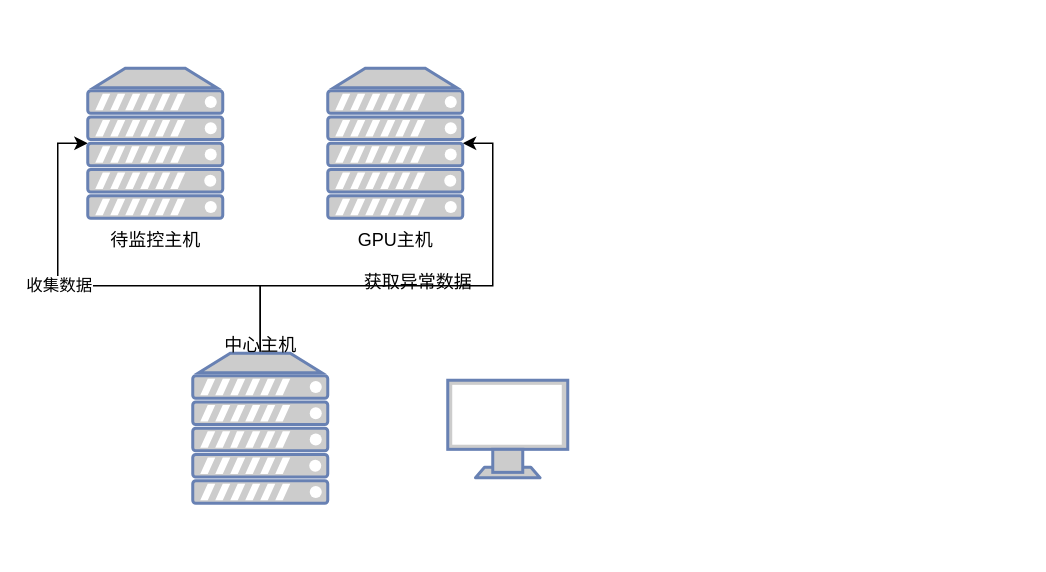
The draw.io diagram 收集、展示、控制模块.drawio in poetlife/diagrams, before the edit. Source tidied: cells renumbered, new cells numbered last; positions are measured from the earlier drawing's top-left corner, leaving out a move shared by most shapes. Both pictures are drawn from the tidied source at 150%, with x=0, y=0 at pixel (87, 68).
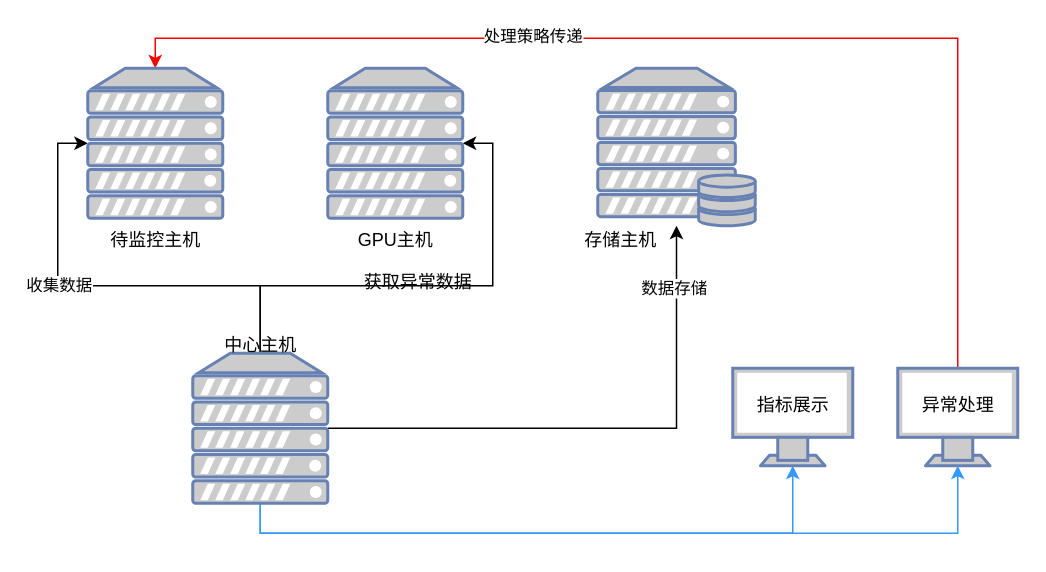
The same diagram, later.

Commit message (it also covers changes not shown here):
更新收集、展示、控制模块.drawio

Unchanged cells that the change refers to:
```xml
<mxCell id="5" style="fontColor=#0066CC;verticalAlign=top;verticalLabelPosition=bottom;labelPosition=center;align=center;html=1;outlineConnect=0;fillColor=#CCCCCC;strokeColor=#6881B3;gradientColor=none;gradientDirection=north;strokeWidth=2;shape=mxgraph.networks.server;" parent="1" vertex="1">
  <mxGeometry x="70" y="190" width="90" height="100" as="geometry" />
</mxCell>
<mxCell id="7" style="fontColor=#0066CC;verticalAlign=top;verticalLabelPosition=bottom;labelPosition=center;align=center;html=1;outlineConnect=0;fillColor=#CCCCCC;strokeColor=#6881B3;gradientColor=none;gradientDirection=north;strokeWidth=2;shape=mxgraph.networks.server;" parent="1" vertex="1">
  <mxGeometry width="90" height="100" as="geometry" />
</mxCell>
```

What changed in the source:
```diff
@@
+    <mxCell id="13" style="edgeStyle=orthogonalEdgeStyle;rounded=0;jettySize=auto;html=1;exitX=0.5;exitY=0;exitDx=0;exitDy=0;exitPerimeter=0;entryX=0.5;entryY=0;entryDx=0;entryDy=0;entryPerimeter=0;strokeColor=#ff0000;" parent="1" edge="1" source="15" target="7">
+      <mxGeometry relative="1" as="geometry" />
+    </mxCell>
+    <mxCell id="14" value="处理策略传递" style="edgeLabel;html=1;align=center;verticalAlign=middle;" parent="13" vertex="1">
+      <mxGeometry x="0.3" y="-2" relative="1" as="geometry" />
+    </mxCell>
+    <mxCell id="15" style="fontColor=#0066CC;verticalAlign=top;verticalLabelPosition=bottom;labelPosition=center;align=center;html=1;outlineConnect=0;fillColor=#CCCCCC;strokeColor=#6881B3;gradientColor=none;gradientDirection=north;strokeWidth=2;shape=mxgraph.networks.monitor;" parent="1" vertex="1">
+      <mxGeometry x="540" y="200" width="80" height="65" as="geometry" />
+    </mxCell>
@@
+    <mxCell id="16" style="edgeStyle=orthogonalEdgeStyle;rounded=0;jettySize=auto;html=1;exitX=1;exitY=0.5;exitDx=0;exitDy=0;exitPerimeter=0;" parent="1" edge="1" source="5" target="20">
+      <mxGeometry relative="1" as="geometry" />
+    </mxCell>
+    <mxCell id="17" value="数据存储" style="edgeLabel;html=1;align=center;verticalAlign=middle;" parent="16" vertex="1">
+      <mxGeometry x="0.78" y="3" relative="1" as="geometry">
+        <mxPoint x="1" y="1" as="offset" />
+      </mxGeometry>
+    </mxCell>
+    <mxCell id="18" style="edgeStyle=orthogonalEdgeStyle;rounded=0;jettySize=auto;html=1;exitX=0.5;exitY=1;exitDx=0;exitDy=0;exitPerimeter=0;entryX=0.5;entryY=1;entryDx=0;entryDy=0;entryPerimeter=0;strokeColor=#3399FF;" parent="1" edge="1" source="5" target="12">
+      <mxGeometry relative="1" as="geometry" />
+    </mxCell>
+    <mxCell id="19" style="edgeStyle=orthogonalEdgeStyle;rounded=0;jettySize=auto;html=1;exitX=0.5;exitY=1;exitDx=0;exitDy=0;exitPerimeter=0;entryX=0.5;entryY=1;entryDx=0;entryDy=0;entryPerimeter=0;strokeColor=#3399FF;" parent="1" edge="1" source="5" target="15">
+      <mxGeometry relative="1" as="geometry" />
+    </mxCell>
@@
     <mxCell id="12" style="fontColor=#0066CC;verticalAlign=top;verticalLabelPosition=bottom;labelPosition=center;align=center;html=1;outlineConnect=0;fillColor=#CCCCCC;strokeColor=#6881B3;gradientColor=none;gradientDirection=north;strokeWidth=2;shape=mxgraph.networks.monitor;" parent="1" vertex="1">
-      <mxGeometry x="240" y="208" width="80" height="65" as="geometry" />
+      <mxGeometry x="430" y="200" width="80" height="65" as="geometry" />
     </mxCell>
+    <mxCell id="20" style="fontColor=#0066CC;verticalAlign=top;verticalLabelPosition=bottom;labelPosition=center;align=center;html=1;outlineConnect=0;fillColor=#CCCCCC;strokeColor=#6881B3;gradientColor=none;gradientDirection=north;strokeWidth=2;shape=mxgraph.networks.server_storage;" parent="1" vertex="1">
+      <mxGeometry x="340" width="105" height="105" as="geometry" />
+    </mxCell>
+    <mxCell id="21" value="存储主机" style="text;html=1;align=center;verticalAlign=middle;strokeColor=none;fillColor=none;" parent="1" vertex="1">
+      <mxGeometry x="320" y="100" width="70" height="30" as="geometry" />
+    </mxCell>
+    <mxCell id="22" value="指标展示" style="text;html=1;align=center;verticalAlign=middle;strokeColor=none;fillColor=none;" parent="1" vertex="1">
+      <mxGeometry x="435" y="210" width="70" height="30" as="geometry" />
+    </mxCell>
+    <mxCell id="23" value="异常处理" style="text;html=1;align=center;verticalAlign=middle;strokeColor=none;fillColor=none;" parent="1" vertex="1">
+      <mxGeometry x="545" y="210" width="70" height="30" as="geometry" />
+    </mxCell>
```
